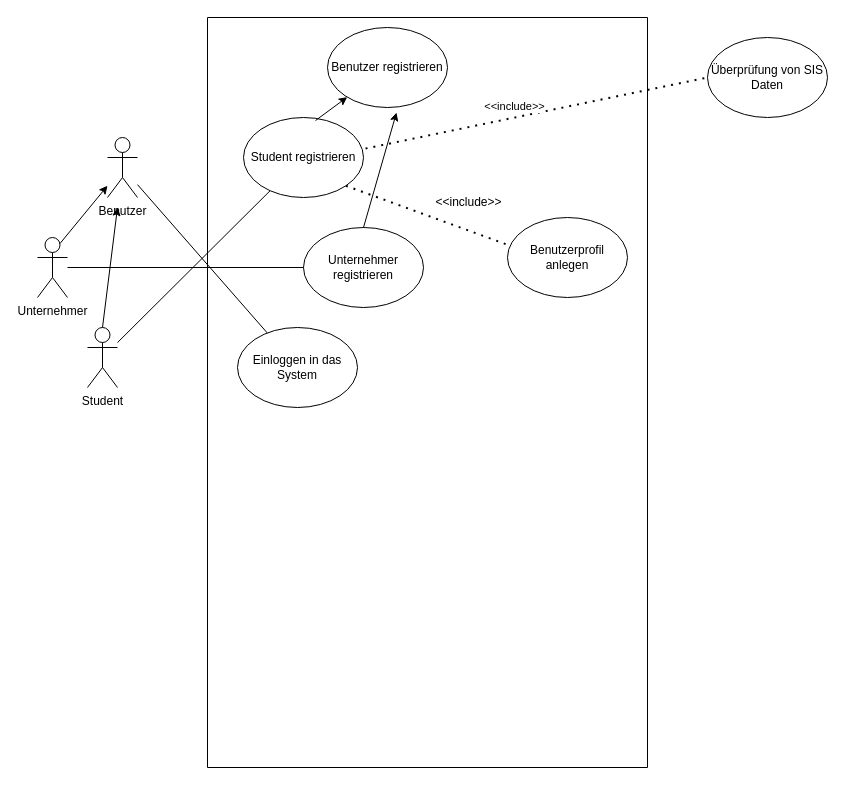
Earlier version of the draw.io diagram Use case.drawio (dhefel2s/Hbrs). Source tidied: cells renumbered, new cells numbered last; positions are measured from the earlier drawing's top-left corner, leaving out a move shared by most shapes. Both pictures are drawn from the tidied source at 100%, with x=0, y=0 at pixel (37, 17).
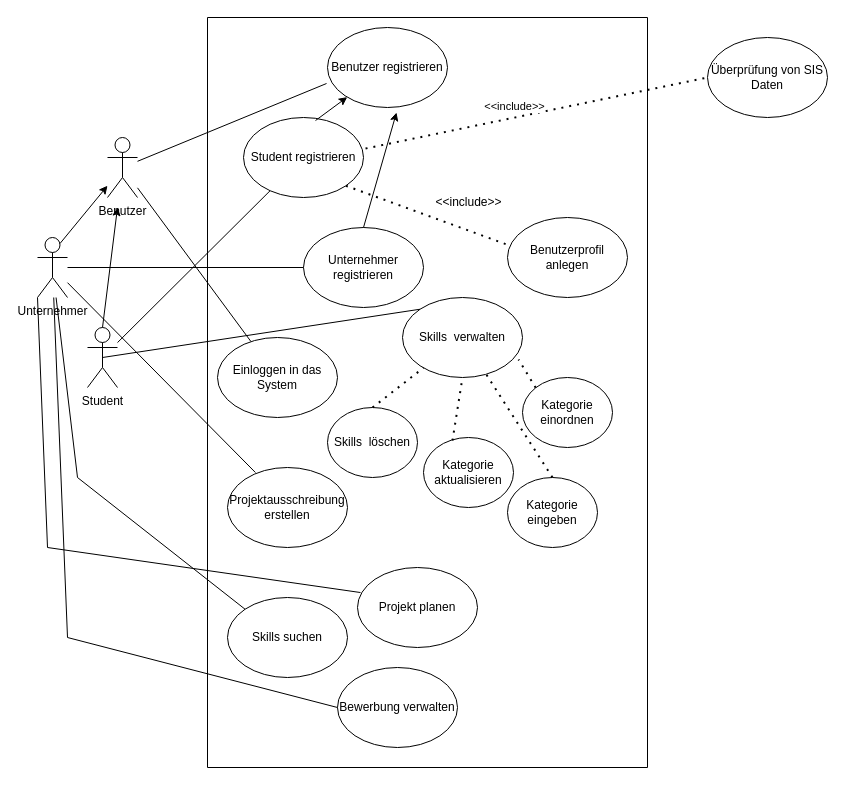
Above is the later version.

Unchanged cells that the change refers to:
```xml
<mxCell id="2" value="Student" style="shape=umlActor;verticalLabelPosition=bottom;verticalAlign=top;html=1;outlineConnect=0;" parent="1" vertex="1">
  <mxGeometry x="50" y="310" width="30" height="60" as="geometry" />
</mxCell>
<mxCell id="3" value="Benutzer" style="shape=umlActor;verticalLabelPosition=bottom;verticalAlign=top;html=1;outlineConnect=0;" parent="1" vertex="1">
  <mxGeometry x="70" y="120" width="30" height="60" as="geometry" />
</mxCell>
<mxCell id="4" value="Unternehmer" style="shape=umlActor;verticalLabelPosition=bottom;verticalAlign=top;html=1;outlineConnect=0;" parent="1" vertex="1">
  <mxGeometry y="220" width="30" height="60" as="geometry" />
</mxCell>
<mxCell id="11" style="swimlane;startSize=0;" parent="1" vertex="1">
  <mxGeometry x="170" width="440" height="750" as="geometry" />
</mxCell>
<mxCell id="18" value="Benutzer registrieren" style="ellipse;whiteSpace=wrap;html=1;" parent="11" vertex="1">
  <mxGeometry x="120" y="10" width="120" height="80" as="geometry" />
</mxCell>
```

Diff of the diagram source:
```diff
@@
     <mxCell id="17" value="Einloggen in das System" style="ellipse;whiteSpace=wrap;html=1;" parent="11" vertex="1">
-      <mxGeometry x="30" y="310" width="120" height="80" as="geometry" />
+      <mxGeometry x="10" y="320" width="120" height="80" as="geometry" />
     </mxCell>
@@
+    <mxCell id="23" value="Skills &amp;nbsp;verwalten&lt;br&gt;" style="ellipse;whiteSpace=wrap;html=1;" parent="11" vertex="1">
+      <mxGeometry x="195" y="280" width="120" height="80" as="geometry" />
+    </mxCell>
+    <mxCell id="24" value="Skills &amp;nbsp;löschen" style="ellipse;whiteSpace=wrap;html=1;" parent="11" vertex="1">
+      <mxGeometry x="120" y="390" width="90" height="70" as="geometry" />
+    </mxCell>
+    <mxCell id="25" value="Kategorie einordnen&lt;br&gt;" style="ellipse;whiteSpace=wrap;html=1;" parent="11" vertex="1">
+      <mxGeometry x="315" y="360" width="90" height="70" as="geometry" />
+    </mxCell>
+    <mxCell id="26" value="Kategorie eingeben" style="ellipse;whiteSpace=wrap;html=1;" parent="11" vertex="1">
+      <mxGeometry x="300" y="460" width="90" height="70" as="geometry" />
+    </mxCell>
+    <mxCell id="27" value="Kategorie aktualisieren" style="ellipse;whiteSpace=wrap;html=1;" parent="11" vertex="1">
+      <mxGeometry x="216" y="420" width="90" height="70" as="geometry" />
+    </mxCell>
+    <mxCell id="28" style="endArrow=none;dashed=1;html=1;dashPattern=1 3;strokeWidth=2;rounded=0;exitX=0.5;exitY=0;exitDx=0;exitDy=0;" parent="11" edge="1" source="24" target="23">
+      <mxGeometry relative="1" as="geometry" />
+    </mxCell>
+    <mxCell id="29" style="endArrow=none;dashed=1;html=1;dashPattern=1 3;strokeWidth=2;rounded=0;exitX=0.322;exitY=0.043;exitDx=0;exitDy=0;exitPerimeter=0;entryX=0.5;entryY=1;entryDx=0;entryDy=0;" parent="11" edge="1" source="27" target="23">
+      <mxGeometry relative="1" as="geometry" />
+    </mxCell>
+    <mxCell id="30" style="endArrow=none;dashed=1;html=1;dashPattern=1 3;strokeWidth=2;rounded=0;exitX=0.5;exitY=0;exitDx=0;exitDy=0;" parent="11" edge="1" source="26" target="23">
+      <mxGeometry relative="1" as="geometry" />
+    </mxCell>
+    <mxCell id="31" style="endArrow=none;dashed=1;html=1;dashPattern=1 3;strokeWidth=2;rounded=0;exitX=0;exitY=0;exitDx=0;exitDy=0;entryX=0.967;entryY=0.775;entryDx=0;entryDy=0;entryPerimeter=0;" parent="11" edge="1" source="25" target="23">
+      <mxGeometry relative="1" as="geometry" />
+    </mxCell>
+    <mxCell id="32" value="Projektausschreibung erstellen" style="ellipse;whiteSpace=wrap;html=1;" parent="11" vertex="1">
+      <mxGeometry x="20" y="450" width="120" height="80" as="geometry" />
+    </mxCell>
+    <mxCell id="33" value="Skills suchen" style="ellipse;whiteSpace=wrap;html=1;" parent="11" vertex="1">
+      <mxGeometry x="20" y="580" width="120" height="80" as="geometry" />
+    </mxCell>
+    <mxCell id="34" value="Projekt planen" style="ellipse;whiteSpace=wrap;html=1;" parent="11" vertex="1">
+      <mxGeometry x="150" y="550" width="120" height="80" as="geometry" />
+    </mxCell>
+    <mxCell id="35" value="Bewerbung verwalten" style="ellipse;whiteSpace=wrap;html=1;" parent="11" vertex="1">
+      <mxGeometry x="130" y="650" width="120" height="80" as="geometry" />
+    </mxCell>
@@
+    <mxCell id="36" style="endArrow=none;html=1;rounded=0;entryX=-0.008;entryY=0.7;entryDx=0;entryDy=0;entryPerimeter=0;" parent="1" edge="1" source="3" target="18">
+      <mxGeometry relative="1" as="geometry" />
+    </mxCell>
+    <mxCell id="37" style="endArrow=none;html=1;rounded=0;exitX=0.5;exitY=0.5;exitDx=0;exitDy=0;exitPerimeter=0;entryX=0;entryY=0;entryDx=0;entryDy=0;" parent="1" edge="1" source="2" target="23">
+      <mxGeometry relative="1" as="geometry" />
+    </mxCell>
+    <mxCell id="38" style="endArrow=none;html=1;rounded=0;entryX=0.233;entryY=0.063;entryDx=0;entryDy=0;entryPerimeter=0;" parent="1" edge="1" source="4" target="32">
+      <mxGeometry relative="1" as="geometry" />
+    </mxCell>
+    <mxCell id="39" style="endArrow=none;html=1;rounded=0;exitX=0;exitY=0;exitDx=0;exitDy=0;" parent="1" edge="1" source="33" target="4">
+      <mxGeometry relative="1" as="geometry">
+        <Array as="points">
+          <mxPoint x="40" y="460" />
+        </Array>
+      </mxGeometry>
+    </mxCell>
+    <mxCell id="40" style="endArrow=none;html=1;rounded=0;exitX=0.025;exitY=0.313;exitDx=0;exitDy=0;exitPerimeter=0;entryX=0;entryY=1;entryDx=0;entryDy=0;entryPerimeter=0;" parent="1" edge="1" source="34" target="4">
+      <mxGeometry relative="1" as="geometry">
+        <Array as="points">
+          <mxPoint x="10" y="530" />
+        </Array>
+      </mxGeometry>
+    </mxCell>
+    <mxCell id="41" style="endArrow=none;html=1;rounded=0;exitX=0;exitY=0.5;exitDx=0;exitDy=0;" parent="1" edge="1" source="35" target="4">
+      <mxGeometry relative="1" as="geometry">
+        <Array as="points">
+          <mxPoint x="30" y="620" />
+        </Array>
+      </mxGeometry>
+    </mxCell>
```
